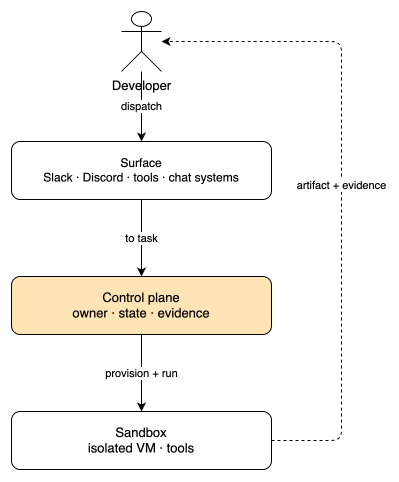
AssahBismarkabah/astro-fap keeps this draw.io diagram as src/pages/docs/blog/control-plan-inst-chat-app/control-plane-layers.drawio.png. Above is the earlier version. Source tidied: cells renumbered, new cells last; positions are measured from the earlier drawing's top-left corner, leaving out a move shared by most shapes.
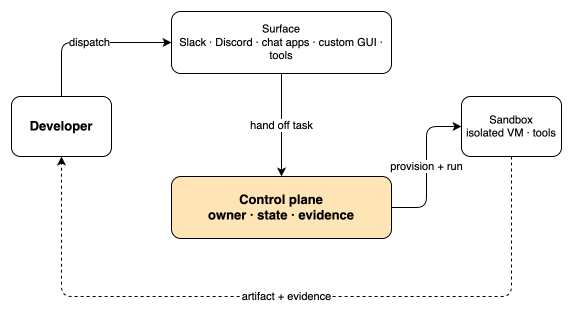
After the commit.

Commit message:
update control plane diagram: adjust layout, styling, and labels for improved readability

The edit, as a diff of the source:
```diff
@@ -2,32 +2,32 @@
   <root>
     <mxCell id="0" />
     <mxCell id="1" parent="0" />
-    <mxCell id="2" value="Developer" style="shape=umlActor;verticalLabelPosition=bottom;verticalAlign=top;html=1;fillColor=#ffffff;strokeColor=#000000;fontColor=#000000;fontSize=13;" parent="1" vertex="1">
-      <mxGeometry x="110" width="40" height="60" as="geometry" />
+    <mxCell id="2" value="Developer" style="rounded=1;whiteSpace=wrap;html=1;fillColor=#ffffff;strokeColor=#000000;fontColor=#000000;fontSize=13;fontStyle=1;" parent="1" vertex="1">
+      <mxGeometry x="-60" y="110" width="100" height="60" as="geometry" />
     </mxCell>
-    <mxCell id="3" value="Surface&#10;Slack · Discord · tools · chat systems" style="rounded=1;whiteSpace=wrap;html=1;fillColor=#ffffff;strokeColor=#000000;fontColor=#000000;fontSize=12;" parent="1" vertex="1">
-      <mxGeometry y="130" width="260" height="58" as="geometry" />
+    <mxCell id="3" value="Surface&#10;Slack · Discord · chat apps · custom GUI · tools" style="rounded=1;whiteSpace=wrap;html=1;fillColor=#ffffff;strokeColor=#000000;fontColor=#000000;fontSize=11;" parent="1" vertex="1">
+      <mxGeometry x="100" y="25" width="220" height="62" as="geometry" />
     </mxCell>
-    <mxCell id="4" value="Control plane&#10;owner · state · evidence" style="rounded=1;whiteSpace=wrap;html=1;fillColor=#ffe4b5;strokeColor=#000000;fontColor=#000000;fontSize=13;" parent="1" vertex="1">
-      <mxGeometry y="265" width="260" height="58" as="geometry" />
+    <mxCell id="4" value="Control plane&#10;owner · state · evidence" style="rounded=1;whiteSpace=wrap;html=1;fillColor=#ffe4b5;strokeColor=#000000;fontColor=#000000;fontSize=13;fontStyle=1;" parent="1" vertex="1">
+      <mxGeometry x="100" y="190" width="220" height="62" as="geometry" />
     </mxCell>
-    <mxCell id="5" value="Sandbox&#10;isolated VM · tools" style="rounded=1;whiteSpace=wrap;html=1;fillColor=#ffffff;strokeColor=#000000;fontColor=#000000;fontSize=13;" parent="1" vertex="1">
-      <mxGeometry y="400" width="260" height="58" as="geometry" />
+    <mxCell id="5" value="Sandbox&#10;isolated VM · tools" style="rounded=1;whiteSpace=wrap;html=1;fillColor=#ffffff;strokeColor=#000000;fontColor=#000000;fontSize=11;" parent="1" vertex="1">
+      <mxGeometry x="390" y="110" width="100" height="60" as="geometry" />
     </mxCell>
-    <mxCell id="6" value="dispatch" style="edgeStyle=orthogonalEdgeStyle;rounded=1;html=1;strokeColor=#000000;endArrow=classic;fontColor=#000000;" parent="1" edge="1" source="2" target="3">
+    <mxCell id="6" value="dispatch" style="edgeStyle=orthogonalEdgeStyle;rounded=1;html=1;strokeColor=#000000;endArrow=classic;fontColor=#000000;exitX=0.5;exitY=0;entryX=0;entryY=0.5;" parent="1" edge="1" source="2" target="3">
       <mxGeometry relative="1" as="geometry" />
     </mxCell>
-    <mxCell id="7" value="to task" style="edgeStyle=orthogonalEdgeStyle;rounded=1;html=1;strokeColor=#000000;endArrow=classic;fontColor=#000000;" parent="1" edge="1" source="3" target="4">
+    <mxCell id="7" value="hand off task" style="edgeStyle=orthogonalEdgeStyle;rounded=1;html=1;strokeColor=#000000;endArrow=classic;fontColor=#000000;exitX=0.5;exitY=1;entryX=0.5;entryY=0;" parent="1" edge="1" source="3" target="4">
       <mxGeometry relative="1" as="geometry" />
     </mxCell>
-    <mxCell id="8" value="provision + run" style="edgeStyle=orthogonalEdgeStyle;rounded=1;html=1;strokeColor=#000000;endArrow=classic;fontColor=#000000;" parent="1" edge="1" source="4" target="5">
+    <mxCell id="8" value="provision + run" style="edgeStyle=orthogonalEdgeStyle;rounded=1;html=1;strokeColor=#000000;endArrow=classic;fontColor=#000000;exitX=1;exitY=0.5;entryX=0;entryY=0.5;" parent="1" edge="1" source="4" target="5">
       <mxGeometry relative="1" as="geometry" />
     </mxCell>
-    <mxCell id="9" value="artifact + evidence" style="edgeStyle=orthogonalEdgeStyle;rounded=1;html=1;strokeColor=#000000;dashed=1;endArrow=classic;fontColor=#000000;exitX=1;exitY=0.5;entryX=1;entryY=0.5;" parent="1" edge="1" source="5" target="2">
+    <mxCell id="9" value="artifact + evidence" style="edgeStyle=orthogonalEdgeStyle;rounded=1;html=1;strokeColor=#000000;dashed=1;endArrow=classic;fontColor=#000000;exitX=0.5;exitY=1;entryX=0.5;entryY=1;" parent="1" edge="1" source="5" target="2">
       <mxGeometry relative="1" as="geometry">
         <Array as="points">
-          <mxPoint x="330" y="429" />
-          <mxPoint x="330" y="30" />
+          <mxPoint x="440" y="310" />
+          <mxPoint x="-10" y="310" />
         </Array>
       </mxGeometry>
     </mxCell>
```
